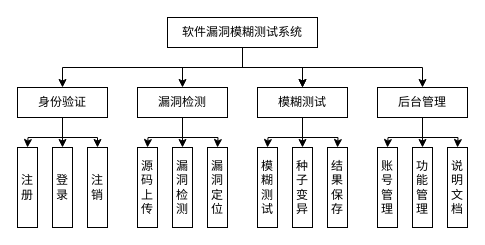
Above: 模块组成.drawio in Adam-01/diagrams (draw.io), before the change. Source tidied: cells renumbered, new cells numbered last; positions are measured from the earlier drawing's top-left corner, leaving out a move shared by most shapes. Both pictures are drawn from the tidied source at 100%, with x=0, y=0 at pixel (17, 17).
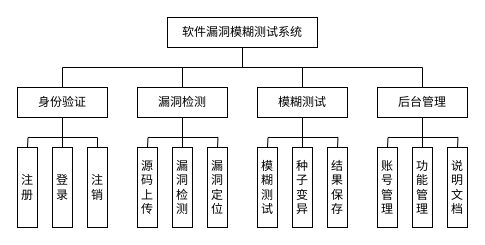
The same page after the edit.

Commit message:
更新模块组成.drawio

The change refers to these unchanged cells:
```xml
<mxCell id="7" value="&lt;font style=&quot;font-size: 12px;&quot;&gt;软件漏洞模糊测试系统&lt;/font&gt;" style="rounded=0;whiteSpace=wrap;html=1;fontFamily=宋体;fillColor=none;" parent="1" vertex="1">
  <mxGeometry x="150" width="150" height="30" as="geometry" />
</mxCell>
<mxCell id="10" value="身份验证" style="rounded=0;whiteSpace=wrap;html=1;fontFamily=宋体;fillColor=none;" parent="1" vertex="1">
  <mxGeometry y="70" width="90" height="30" as="geometry" />
</mxCell>
<mxCell id="14" value="漏洞检测" style="rounded=0;whiteSpace=wrap;html=1;fontFamily=宋体;fillColor=none;" parent="1" vertex="1">
  <mxGeometry x="120" y="70" width="90" height="30" as="geometry" />
</mxCell>
<mxCell id="18" value="模糊测试" style="rounded=0;whiteSpace=wrap;html=1;fontFamily=宋体;fillColor=none;" parent="1" vertex="1">
  <mxGeometry x="240" y="70" width="90" height="30" as="geometry" />
</mxCell>
<mxCell id="22" value="后台管理" style="rounded=0;whiteSpace=wrap;html=1;fontFamily=宋体;fillColor=none;" parent="1" vertex="1">
  <mxGeometry x="360" y="70" width="90" height="30" as="geometry" />
</mxCell>
<mxCell id="23" value="登录" style="rounded=0;whiteSpace=wrap;html=1;rotation=0;fontFamily=宋体;fillColor=none;" parent="1" vertex="1">
  <mxGeometry x="35" y="130" width="20" height="80" as="geometry" />
</mxCell>
```

Diff of the diagram source:
```diff
@@
-    <mxCell id="2" style="edgeStyle=orthogonalEdgeStyle;rounded=0;jettySize=auto;html=1;fontFamily=宋体;fillColor=none;" parent="1" edge="1" source="7" target="18">
+    <mxCell id="2" style="edgeStyle=orthogonalEdgeStyle;rounded=0;jettySize=auto;html=1;fontFamily=宋体;fillColor=none;endArrow=none;endFill=0;" parent="1" edge="1" source="7" target="18">
       <mxGeometry relative="1" as="geometry">
         <Array as="points">
           <mxPoint x="225" y="50" />
           <mxPoint x="285" y="50" />
         </Array>
       </mxGeometry>
     </mxCell>
-    <mxCell id="3" style="edgeStyle=orthogonalEdgeStyle;rounded=0;jettySize=auto;html=1;fontFamily=宋体;fillColor=none;" parent="1" edge="1" source="7" target="18">
+    <mxCell id="3" style="edgeStyle=orthogonalEdgeStyle;rounded=0;jettySize=auto;html=1;fontFamily=宋体;fillColor=none;endArrow=none;endFill=0;" parent="1" edge="1" source="7" target="18">
       <mxGeometry relative="1" as="geometry">
         <Array as="points">
           <mxPoint x="225" y="50" />
           <mxPoint x="285" y="50" />
         </Array>
       </mxGeometry>
     </mxCell>
-    <mxCell id="4" style="edgeStyle=orthogonalEdgeStyle;rounded=0;jettySize=auto;html=1;entryX=0.5;entryY=0;entryDx=0;entryDy=0;fontFamily=宋体;fillColor=none;" parent="1" edge="1" source="7" target="14">
+    <mxCell id="4" style="edgeStyle=orthogonalEdgeStyle;rounded=0;jettySize=auto;html=1;entryX=0.5;entryY=0;entryDx=0;entryDy=0;fontFamily=宋体;fillColor=none;endArrow=none;endFill=0;" parent="1" edge="1" source="7" target="14">
       <mxGeometry relative="1" as="geometry">
         <Array as="points">
           <mxPoint x="225" y="50" />
           <mxPoint x="165" y="50" />
         </Array>
       </mxGeometry>
     </mxCell>
-    <mxCell id="5" style="edgeStyle=orthogonalEdgeStyle;rounded=0;jettySize=auto;html=1;entryX=0.5;entryY=0;entryDx=0;entryDy=0;fontFamily=宋体;fillColor=none;" parent="1" edge="1" source="7" target="10">
+    <mxCell id="5" style="edgeStyle=orthogonalEdgeStyle;rounded=0;jettySize=auto;html=1;entryX=0.5;entryY=0;entryDx=0;entryDy=0;fontFamily=宋体;fillColor=none;endArrow=none;endFill=0;" parent="1" edge="1" source="7" target="10">
       <mxGeometry relative="1" as="geometry">
         <Array as="points">
           <mxPoint x="225" y="50" />
           <mxPoint x="45" y="50" />
         </Array>
       </mxGeometry>
     </mxCell>
-    <mxCell id="6" style="edgeStyle=orthogonalEdgeStyle;rounded=0;jettySize=auto;html=1;fontFamily=宋体;fillColor=none;" parent="1" edge="1" source="7" target="22">
+    <mxCell id="6" style="edgeStyle=orthogonalEdgeStyle;rounded=0;jettySize=auto;html=1;fontFamily=宋体;fillColor=none;endArrow=none;endFill=0;" parent="1" edge="1" source="7" target="22">
       <mxGeometry relative="1" as="geometry">
         <Array as="points">
           <mxPoint x="225" y="50" />
           <mxPoint x="405" y="50" />
         </Array>
       </mxGeometry>
     </mxCell>
@@
-    <mxCell id="8" style="edgeStyle=orthogonalEdgeStyle;rounded=0;jettySize=auto;html=1;entryX=0;entryY=0.5;entryDx=0;entryDy=0;fontFamily=宋体;fillColor=none;" parent="1" edge="1" source="10">
+    <mxCell id="8" style="edgeStyle=orthogonalEdgeStyle;rounded=0;jettySize=auto;html=1;entryX=0;entryY=0.5;entryDx=0;entryDy=0;fontFamily=宋体;fillColor=none;endArrow=none;endFill=0;" parent="1" edge="1" source="10">
       <mxGeometry relative="1" as="geometry">
         <mxPoint x="10" y="130" as="targetPoint" />
       </mxGeometry>
     </mxCell>
-    <mxCell id="9" style="edgeStyle=orthogonalEdgeStyle;rounded=0;jettySize=auto;html=1;entryX=0.5;entryY=0;entryDx=0;entryDy=0;fontFamily=宋体;fillColor=none;" parent="1" edge="1" source="10" target="23">
+    <mxCell id="9" style="edgeStyle=orthogonalEdgeStyle;rounded=0;jettySize=auto;html=1;entryX=0.5;entryY=0;entryDx=0;entryDy=0;fontFamily=宋体;fillColor=none;endArrow=none;endFill=0;" parent="1" edge="1" source="10" target="23">
       <mxGeometry relative="1" as="geometry" />
     </mxCell>
@@
-    <mxCell id="11" style="edgeStyle=orthogonalEdgeStyle;rounded=0;jettySize=auto;html=1;entryX=0;entryY=0.5;entryDx=0;entryDy=0;fontFamily=宋体;fillColor=none;" parent="1" edge="1" source="14">
+    <mxCell id="11" style="edgeStyle=orthogonalEdgeStyle;rounded=0;jettySize=auto;html=1;entryX=0;entryY=0.5;entryDx=0;entryDy=0;fontFamily=宋体;fillColor=none;endArrow=none;endFill=0;" parent="1" edge="1" source="14">
       <mxGeometry relative="1" as="geometry">
         <mxPoint x="130" y="130" as="targetPoint" />
       </mxGeometry>
     </mxCell>
-    <mxCell id="12" style="edgeStyle=orthogonalEdgeStyle;rounded=0;jettySize=auto;html=1;fontFamily=宋体;fillColor=none;" parent="1" edge="1" source="14">
+    <mxCell id="12" style="edgeStyle=orthogonalEdgeStyle;rounded=0;jettySize=auto;html=1;fontFamily=宋体;fillColor=none;endArrow=none;endFill=0;" parent="1" edge="1" source="14">
       <mxGeometry relative="1" as="geometry">
         <mxPoint x="165" y="130" as="targetPoint" />
       </mxGeometry>
     </mxCell>
-    <mxCell id="13" style="edgeStyle=orthogonalEdgeStyle;rounded=0;jettySize=auto;html=1;entryX=0;entryY=0.5;entryDx=0;entryDy=0;fontFamily=宋体;fillColor=none;" parent="1" edge="1" source="14">
+    <mxCell id="13" style="edgeStyle=orthogonalEdgeStyle;rounded=0;jettySize=auto;html=1;entryX=0;entryY=0.5;entryDx=0;entryDy=0;fontFamily=宋体;fillColor=none;endArrow=none;endFill=0;" parent="1" edge="1" source="14">
       <mxGeometry relative="1" as="geometry">
         <mxPoint x="200" y="130" as="targetPoint" />
       </mxGeometry>
     </mxCell>
@@
-    <mxCell id="15" style="edgeStyle=orthogonalEdgeStyle;rounded=0;jettySize=auto;html=1;fontFamily=宋体;fillColor=none;" parent="1" edge="1" source="18">
+    <mxCell id="15" style="edgeStyle=orthogonalEdgeStyle;rounded=0;jettySize=auto;html=1;fontFamily=宋体;fillColor=none;endArrow=none;endFill=0;" parent="1" edge="1" source="18">
       <mxGeometry relative="1" as="geometry">
         <mxPoint x="320" y="130" as="targetPoint" />
       </mxGeometry>
     </mxCell>
-    <mxCell id="16" style="edgeStyle=orthogonalEdgeStyle;rounded=0;jettySize=auto;html=1;entryX=0;entryY=0.5;entryDx=0;entryDy=0;fontFamily=宋体;fillColor=none;" parent="1" edge="1" source="18">
+    <mxCell id="16" style="edgeStyle=orthogonalEdgeStyle;rounded=0;jettySize=auto;html=1;entryX=0;entryY=0.5;entryDx=0;entryDy=0;fontFamily=宋体;fillColor=none;endArrow=none;endFill=0;" parent="1" edge="1" source="18">
       <mxGeometry relative="1" as="geometry">
         <mxPoint x="285" y="130" as="targetPoint" />
       </mxGeometry>
     </mxCell>
-    <mxCell id="17" style="edgeStyle=orthogonalEdgeStyle;rounded=0;jettySize=auto;html=1;entryX=0;entryY=0.5;entryDx=0;entryDy=0;fontFamily=宋体;fillColor=none;" parent="1" edge="1" source="18">
+    <mxCell id="17" style="edgeStyle=orthogonalEdgeStyle;rounded=0;jettySize=auto;html=1;entryX=0;entryY=0.5;entryDx=0;entryDy=0;fontFamily=宋体;fillColor=none;endArrow=none;endFill=0;" parent="1" edge="1" source="18">
       <mxGeometry relative="1" as="geometry">
         <mxPoint x="250" y="130" as="targetPoint" />
       </mxGeometry>
     </mxCell>
@@
-    <mxCell id="19" style="edgeStyle=orthogonalEdgeStyle;rounded=0;jettySize=auto;html=1;fontFamily=宋体;fillColor=none;" parent="1" edge="1" source="22">
+    <mxCell id="19" style="edgeStyle=orthogonalEdgeStyle;rounded=0;jettySize=auto;html=1;fontFamily=宋体;fillColor=none;endArrow=none;endFill=0;" parent="1" edge="1" source="22">
       <mxGeometry relative="1" as="geometry">
         <mxPoint x="405" y="130" as="targetPoint" />
       </mxGeometry>
     </mxCell>
-    <mxCell id="20" style="edgeStyle=orthogonalEdgeStyle;rounded=0;jettySize=auto;html=1;entryX=0;entryY=0.5;entryDx=0;entryDy=0;fontFamily=宋体;fillColor=none;" parent="1" edge="1" source="22">
+    <mxCell id="20" style="edgeStyle=orthogonalEdgeStyle;rounded=0;jettySize=auto;html=1;entryX=0;entryY=0.5;entryDx=0;entryDy=0;fontFamily=宋体;fillColor=none;endArrow=none;endFill=0;" parent="1" edge="1" source="22">
       <mxGeometry relative="1" as="geometry">
         <mxPoint x="440" y="130" as="targetPoint" />
       </mxGeometry>
     </mxCell>
-    <mxCell id="21" style="edgeStyle=orthogonalEdgeStyle;rounded=0;jettySize=auto;html=1;entryX=0;entryY=0.5;entryDx=0;entryDy=0;fontFamily=宋体;fillColor=none;" parent="1" edge="1" source="22">
+    <mxCell id="21" style="edgeStyle=orthogonalEdgeStyle;rounded=0;jettySize=auto;html=1;entryX=0;entryY=0.5;entryDx=0;entryDy=0;fontFamily=宋体;fillColor=none;endArrow=none;endFill=0;" parent="1" edge="1" source="22">
       <mxGeometry relative="1" as="geometry">
         <mxPoint x="370" y="130" as="targetPoint" />
       </mxGeometry>
     </mxCell>
@@
-    <mxCell id="24" style="edgeStyle=orthogonalEdgeStyle;rounded=0;orthogonalLoop=1;jettySize=auto;html=1;entryX=0;entryY=0.5;entryDx=0;entryDy=0;fontFamily=宋体;fillColor=none;" parent="1" edge="1">
+    <mxCell id="24" style="edgeStyle=orthogonalEdgeStyle;rounded=0;orthogonalLoop=1;jettySize=auto;html=1;entryX=0;entryY=0.5;entryDx=0;entryDy=0;fontFamily=宋体;fillColor=none;endArrow=none;endFill=0;" parent="1" edge="1">
       <mxGeometry relative="1" as="geometry">
         <mxPoint x="40" y="120" as="sourcePoint" />
         <mxPoint x="80" y="130" as="targetPoint" />
         <Array as="points">
           <mxPoint x="80" y="120" />
         </Array>
       </mxGeometry>
     </mxCell>
```
